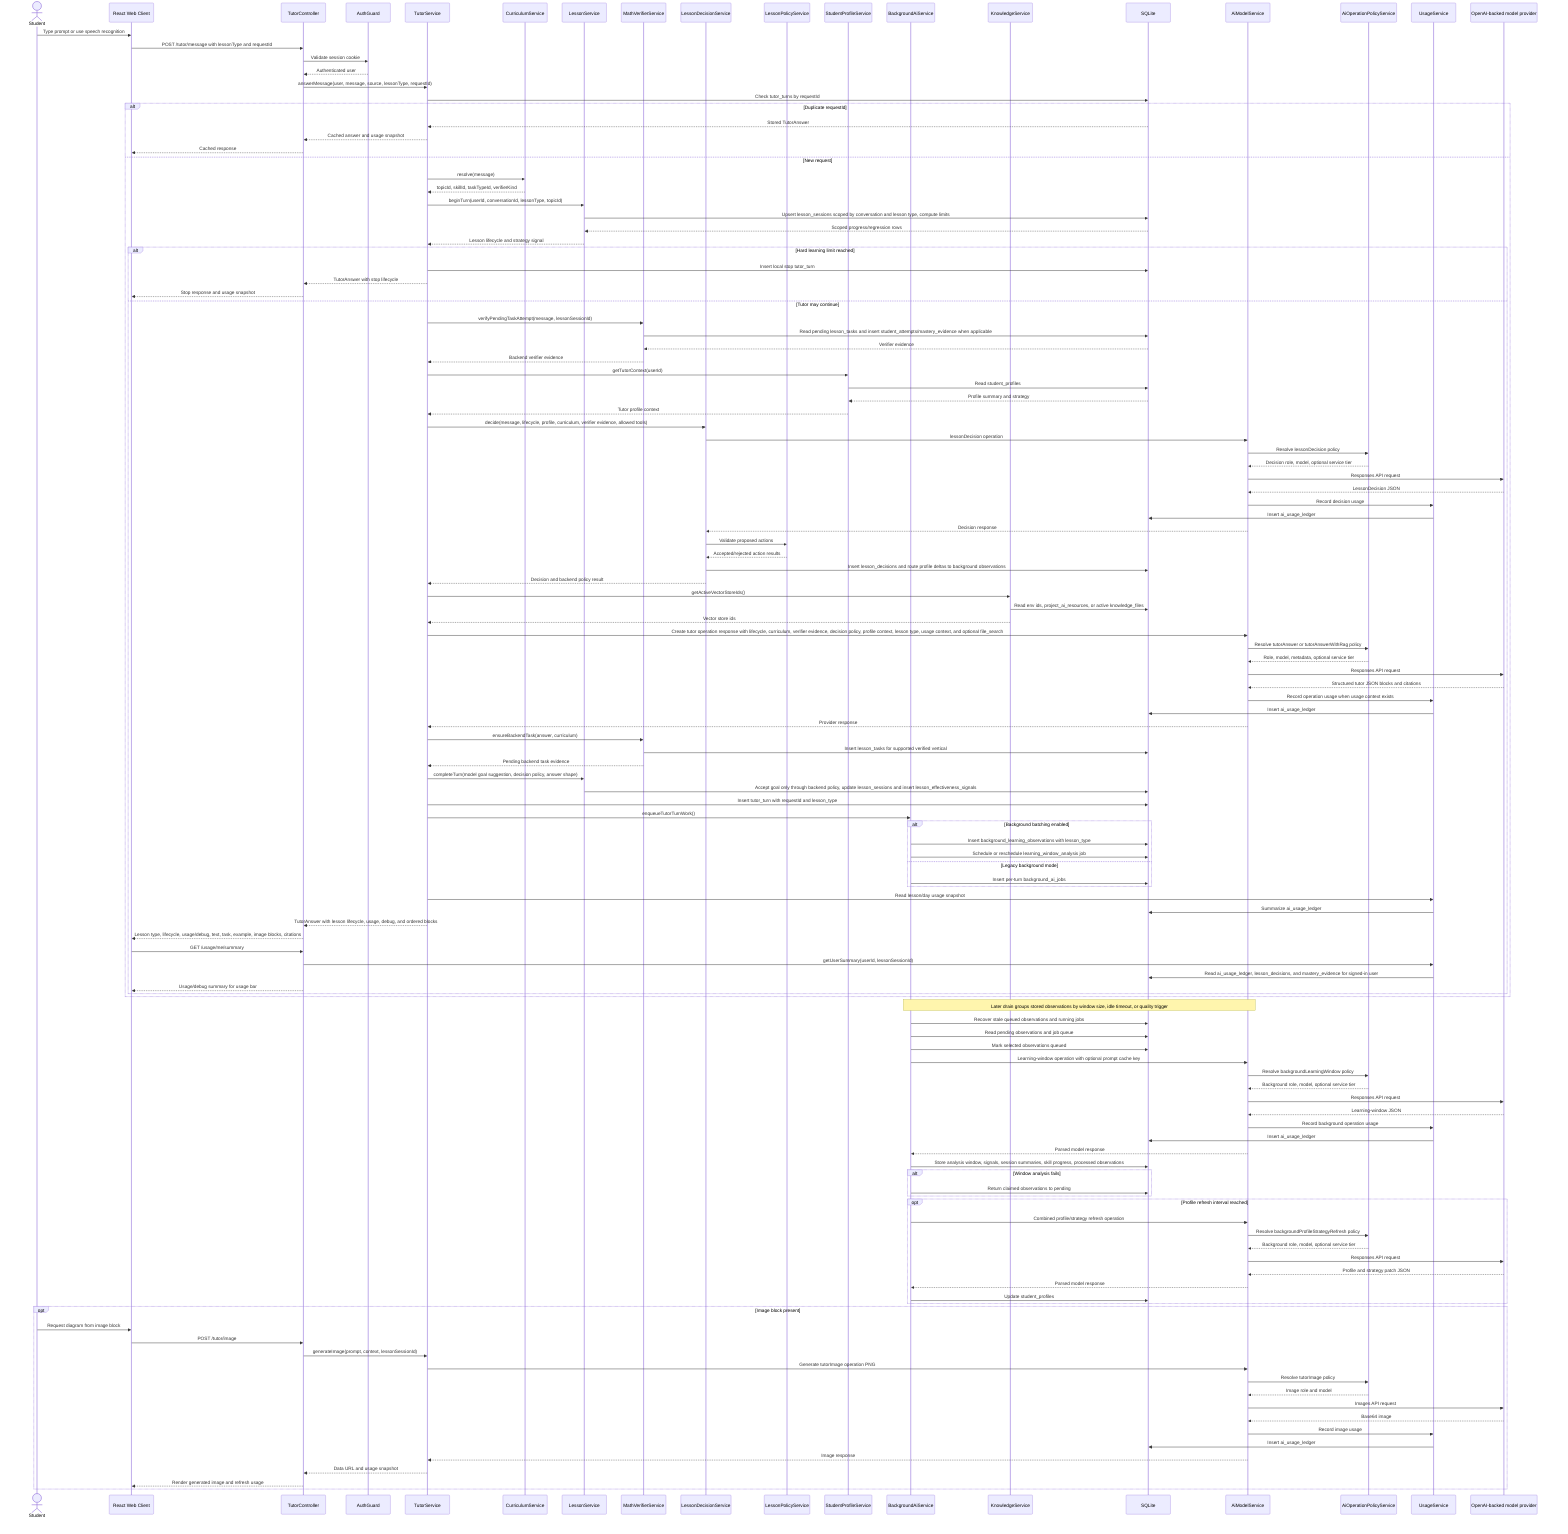
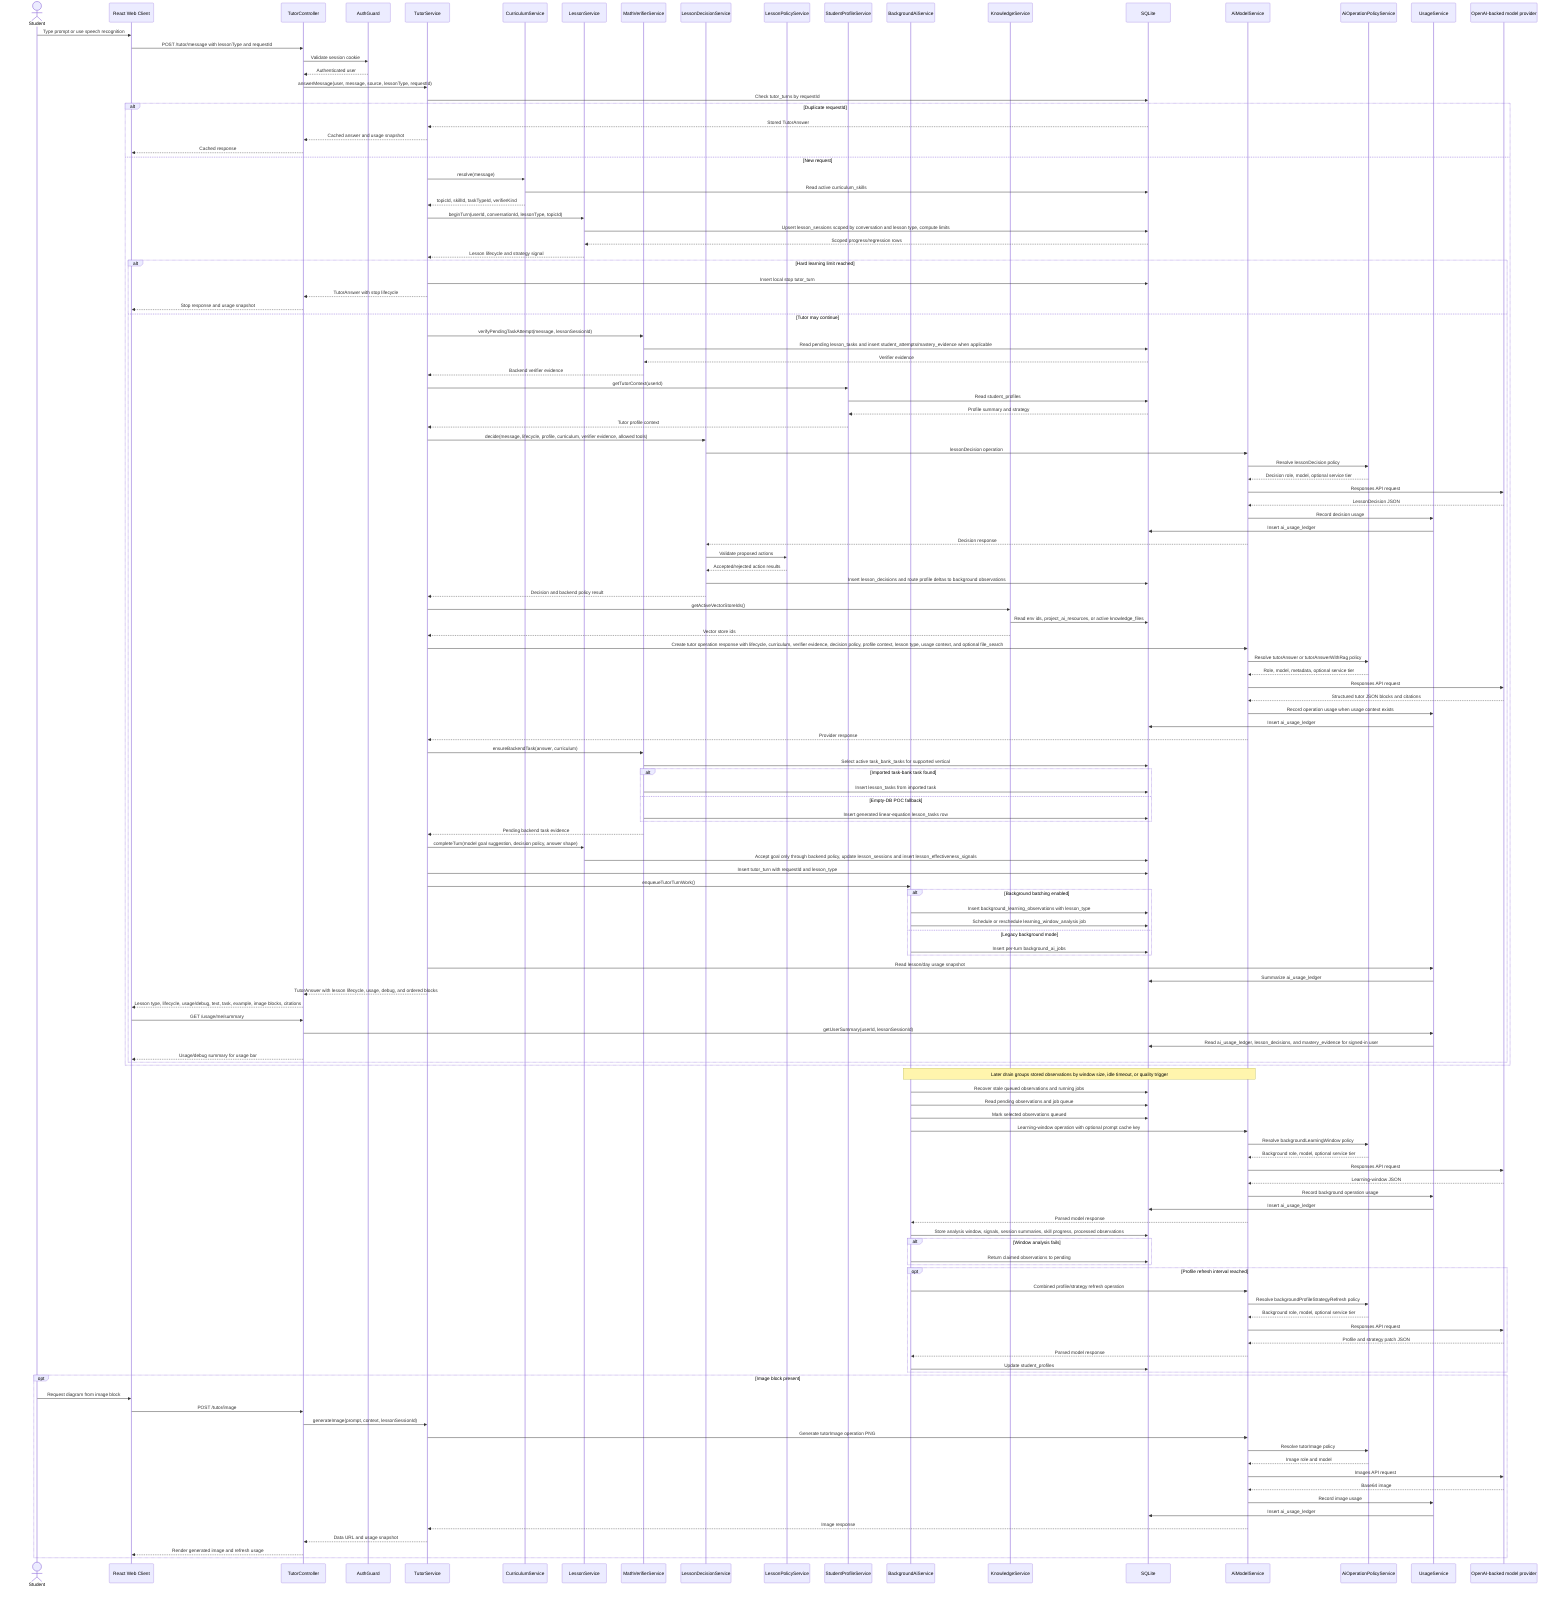
sequenceDiagram
  actor Student
  participant Web as React Web Client
  participant API as TutorController
  participant Auth as AuthGuard
  participant Tutor as TutorService
  participant Curriculum as CurriculumService
  participant Lesson as LessonService
  participant Verifier as MathVerifierService
  participant Decision as LessonDecisionService
  participant LessonPolicy as LessonPolicyService
  participant Profile as StudentProfileService
  participant Background as BackgroundAiService
  participant Knowledge as KnowledgeService
  participant DB as SQLite
  participant AIModel as AiModelService
  participant Policy as AiOperationPolicyService
  participant Usage as UsageService
  participant OpenAI as OpenAI-backed model provider

  Student->>Web: Type prompt or use speech recognition
  Web->>API: POST /tutor/message with lessonType and requestId
  API->>Auth: Validate session cookie
  Auth-->>API: Authenticated user
  API->>Tutor: answerMessage(user, message, source, lessonType, requestId)
  Tutor->>DB: Check tutor_turns by requestId
  alt Duplicate requestId
    DB-->>Tutor: Stored TutorAnswer
    Tutor-->>API: Cached answer and usage snapshot
    API-->>Web: Cached response
  else New request
  Tutor->>Curriculum: resolve(message)
+   Curriculum->>DB: Read active curriculum_skills
  Curriculum-->>Tutor: topicId, skillId, taskTypeId, verifierKind
  Tutor->>Lesson: beginTurn(userId, conversationId, lessonType, topicId)
  Lesson->>DB: Upsert lesson_sessions scoped by conversation and lesson type, compute limits
  DB-->>Lesson: Scoped progress/regression rows
  Lesson-->>Tutor: Lesson lifecycle and strategy signal
  alt Hard learning limit reached
    Tutor->>DB: Insert local stop tutor_turn
    Tutor-->>API: TutorAnswer with stop lifecycle
    API-->>Web: Stop response and usage snapshot
  else Tutor may continue
  Tutor->>Verifier: verifyPendingTaskAttempt(message, lessonSessionId)
  Verifier->>DB: Read pending lesson_tasks and insert student_attempts/mastery_evidence when applicable
  DB-->>Verifier: Verifier evidence
  Verifier-->>Tutor: Backend verifier evidence
  Tutor->>Profile: getTutorContext(userId)
  Profile->>DB: Read student_profiles
  DB-->>Profile: Profile summary and strategy
  Profile-->>Tutor: Tutor profile context
  Tutor->>Decision: decide(message, lifecycle, profile, curriculum, verifier evidence, allowed tools)
  Decision->>AIModel: lessonDecision operation
  AIModel->>Policy: Resolve lessonDecision policy
  Policy-->>AIModel: Decision role, model, optional service tier
  AIModel->>OpenAI: Responses API request
  OpenAI-->>AIModel: LessonDecision JSON
  AIModel->>Usage: Record decision usage
  Usage->>DB: Insert ai_usage_ledger
  AIModel-->>Decision: Decision response
  Decision->>LessonPolicy: Validate proposed actions
  LessonPolicy-->>Decision: Accepted/rejected action results
  Decision->>DB: Insert lesson_decisions and route profile deltas to background observations
  Decision-->>Tutor: Decision and backend policy result
  Tutor->>Knowledge: getActiveVectorStoreIds()
  Knowledge->>DB: Read env ids, project_ai_resources, or active knowledge_files
  Knowledge-->>Tutor: Vector store ids
  Tutor->>AIModel: Create tutor operation response with lifecycle, curriculum, verifier evidence, decision policy, profile context, lesson type, usage context, and optional file_search
  AIModel->>Policy: Resolve tutorAnswer or tutorAnswerWithRag policy
  Policy-->>AIModel: Role, model, metadata, optional service tier
  AIModel->>OpenAI: Responses API request
  OpenAI-->>AIModel: Structured tutor JSON blocks and citations
  AIModel->>Usage: Record operation usage when usage context exists
  Usage->>DB: Insert ai_usage_ledger
  AIModel-->>Tutor: Provider response
  Tutor->>Verifier: ensureBackendTask(answer, curriculum)
-   Verifier->>DB: Insert lesson_tasks for supported verified vertical
+   Verifier->>DB: Select active task_bank_tasks for supported vertical
+   alt Imported task-bank task found
+     Verifier->>DB: Insert lesson_tasks from imported task
+   else Empty-DB POC fallback
+     Verifier->>DB: Insert generated linear-equation lesson_tasks row
+   end
  Verifier-->>Tutor: Pending backend task evidence
  Tutor->>Lesson: completeTurn(model goal suggestion, decision policy, answer shape)
  Lesson->>DB: Accept goal only through backend policy, update lesson_sessions and insert lesson_effectiveness_signals
  Tutor->>DB: Insert tutor_turn with requestId and lesson_type
  Tutor->>Background: enqueueTutorTurnWork()
  alt Background batching enabled
    Background->>DB: Insert background_learning_observations with lesson_type
    Background->>DB: Schedule or reschedule learning_window_analysis job
  else Legacy background mode
    Background->>DB: Insert per-turn background_ai_jobs
  end
  Tutor->>Usage: Read lesson/day usage snapshot
  Usage->>DB: Summarize ai_usage_ledger
  Tutor-->>API: TutorAnswer with lesson lifecycle, usage, debug, and ordered blocks
  API-->>Web: Lesson type, lifecycle, usage/debug, text, task, example, image blocks, citations
  Web->>API: GET /usage/me/summary
  API->>Usage: getUserSummary(userId, lessonSessionId)
  Usage->>DB: Read ai_usage_ledger, lesson_decisions, and mastery_evidence for signed-in user
  API-->>Web: Usage/debug summary for usage bar
  end
  end
  Note over Background,AIModel: Later drain groups stored observations by window size, idle timeout, or quality trigger
  Background->>DB: Recover stale queued observations and running jobs
  Background->>DB: Read pending observations and job queue
  Background->>DB: Mark selected observations queued
  Background->>AIModel: Learning-window operation with optional prompt cache key
  AIModel->>Policy: Resolve backgroundLearningWindow policy
  Policy-->>AIModel: Background role, model, optional service tier
  AIModel->>OpenAI: Responses API request
  OpenAI-->>AIModel: Learning-window JSON
  AIModel->>Usage: Record background operation usage
  Usage->>DB: Insert ai_usage_ledger
  AIModel-->>Background: Parsed model response
  Background->>DB: Store analysis window, signals, session summaries, skill progress, processed observations
  alt Window analysis fails
    Background->>DB: Return claimed observations to pending
  end
  opt Profile refresh interval reached
    Background->>AIModel: Combined profile/strategy refresh operation
    AIModel->>Policy: Resolve backgroundProfileStrategyRefresh policy
    Policy-->>AIModel: Background role, model, optional service tier
    AIModel->>OpenAI: Responses API request
    OpenAI-->>AIModel: Profile and strategy patch JSON
    AIModel-->>Background: Parsed model response
    Background->>DB: Update student_profiles
  end
  opt Image block present
    Student->>Web: Request diagram from image block
    Web->>API: POST /tutor/image
    API->>Tutor: generateImage(prompt, context, lessonSessionId)
    Tutor->>AIModel: Generate tutorImage operation PNG
    AIModel->>Policy: Resolve tutorImage policy
    Policy-->>AIModel: Image role and model
    AIModel->>OpenAI: Images API request
    OpenAI-->>AIModel: Base64 image
    AIModel->>Usage: Record image usage
    Usage->>DB: Insert ai_usage_ledger
    AIModel-->>Tutor: Image response
    Tutor-->>API: Data URL and usage snapshot
    API-->>Web: Render generated image and refresh usage
  end
